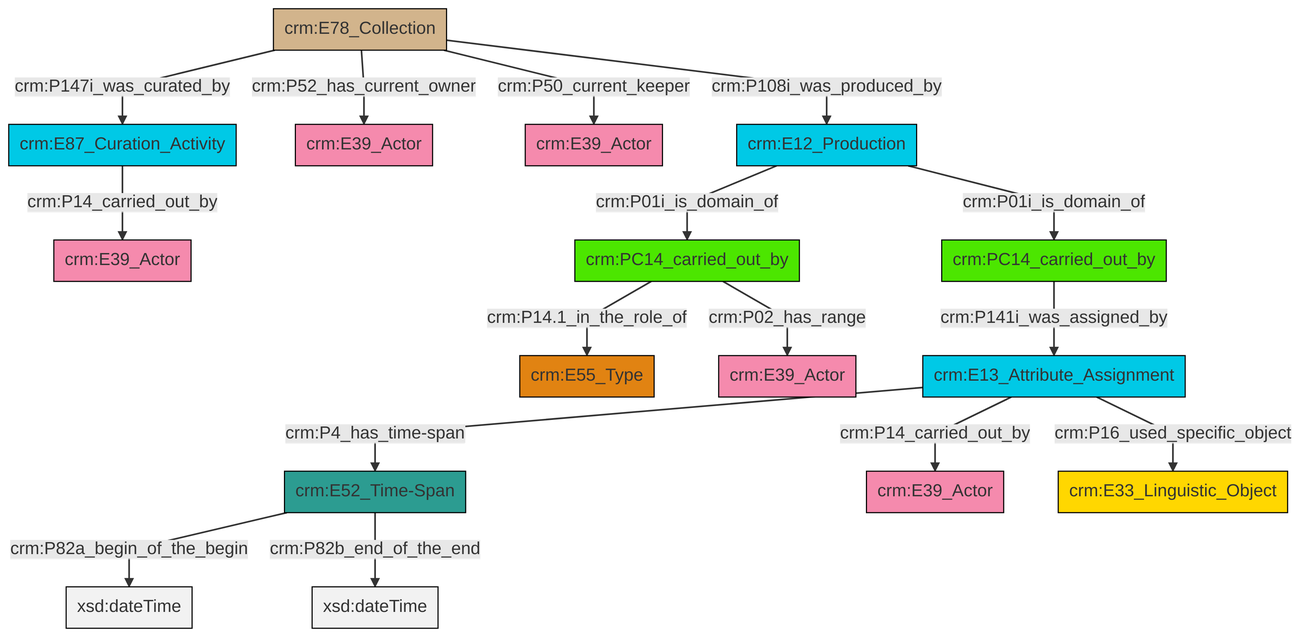
swiss-art-research-net/docs.swissartresearch keeps this Mermaid diagram as et/archivalCSV/ttl/mmd/png/archival_relation.png. Above is the earlier version. Its source is kept beside it as et/archivalCSV/ttl/mmd/archival_relation.ttl.mmd.
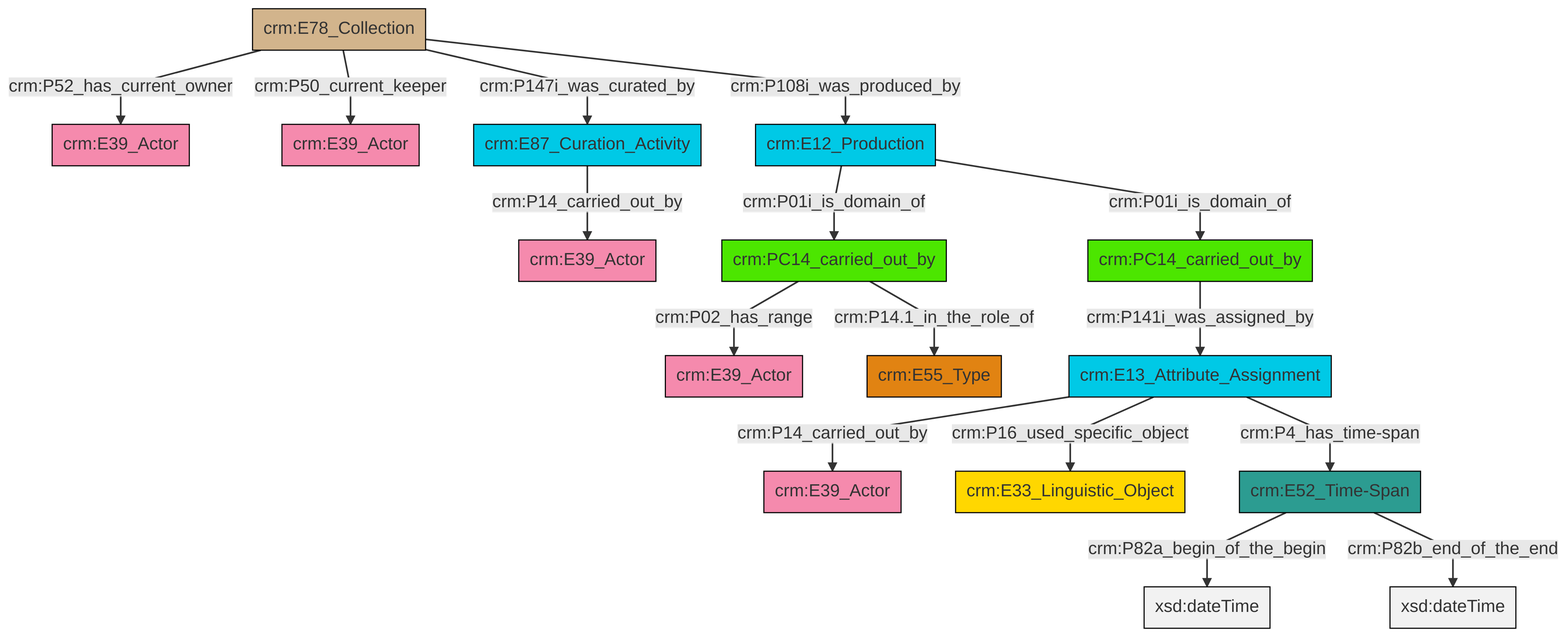
After the change.

What changed in the source:
```diff
@@ -13,18 +13,18 @@
 classDef PC_Classes fill:#4ce600, stroke:#000000;
 classDef Multi fill:#cccccc,stroke:#000000;
 
-0["crm:E78_Collection"]:::Physical_Thing -->|crm:P147i_was_curated_by| 1["crm:E87_Curation_Activity"]:::Temporal_Entity
-0["crm:E78_Collection"]:::Physical_Thing -->|crm:P52_has_current_owner| 2["crm:E39_Actor"]:::Actor
-3["crm:E52_Time-Span"]:::Time-Span -->|crm:P82a_begin_of_the_begin| 4[xsd:dateTime]:::Literal
-5["crm:PC14_carried_out_by"]:::PC_Classes -->|crm:P14.1_in_the_role_of| 6["crm:E55_Type"]:::Type
-7["crm:PC14_carried_out_by"]:::PC_Classes -->|crm:P141i_was_assigned_by| 8["crm:E13_Attribute_Assignment"]:::Temporal_Entity
-8["crm:E13_Attribute_Assignment"]:::Temporal_Entity -->|crm:P4_has_time-span| 3["crm:E52_Time-Span"]:::Time-Span
-12["crm:E12_Production"]:::Temporal_Entity -->|crm:P01i_is_domain_of| 5["crm:PC14_carried_out_by"]:::PC_Classes
-12["crm:E12_Production"]:::Temporal_Entity -->|crm:P01i_is_domain_of| 7["crm:PC14_carried_out_by"]:::PC_Classes
-3["crm:E52_Time-Span"]:::Time-Span -->|crm:P82b_end_of_the_end| 20[xsd:dateTime]:::Literal
-8["crm:E13_Attribute_Assignment"]:::Temporal_Entity -->|crm:P14_carried_out_by| 22["crm:E39_Actor"]:::Actor
-8["crm:E13_Attribute_Assignment"]:::Temporal_Entity -->|crm:P16_used_specific_object| 17["crm:E33_Linguistic_Object"]:::Conceptual_Object
-0["crm:E78_Collection"]:::Physical_Thing -->|crm:P50_current_keeper| 10["crm:E39_Actor"]:::Actor
-5["crm:PC14_carried_out_by"]:::PC_Classes -->|crm:P02_has_range| 23["crm:E39_Actor"]:::Actor
-0["crm:E78_Collection"]:::Physical_Thing -->|crm:P108i_was_produced_by| 12["crm:E12_Production"]:::Temporal_Entity
-1["crm:E87_Curation_Activity"]:::Temporal_Entity -->|crm:P14_carried_out_by| 15["crm:E39_Actor"]:::Actor
+0["crm:E52_Time-Span"]:::Time-Span -->|crm:P82a_begin_of_the_begin| 1[xsd:dateTime]:::Literal
+2["crm:E13_Attribute_Assignment"]:::Temporal_Entity -->|crm:P14_carried_out_by| 3["crm:E39_Actor"]:::Actor
+4["crm:E78_Collection"]:::Physical_Thing -->|crm:P52_has_current_owner| 6["crm:E39_Actor"]:::Actor
+9["crm:PC14_carried_out_by"]:::PC_Classes -->|crm:P02_has_range| 12["crm:E39_Actor"]:::Actor
+9["crm:PC14_carried_out_by"]:::PC_Classes -->|crm:P14.1_in_the_role_of| 13["crm:E55_Type"]:::Type
+17["crm:E12_Production"]:::Temporal_Entity -->|crm:P01i_is_domain_of| 9["crm:PC14_carried_out_by"]:::PC_Classes
+19["crm:E87_Curation_Activity"]:::Temporal_Entity -->|crm:P14_carried_out_by| 20["crm:E39_Actor"]:::Actor
+0["crm:E52_Time-Span"]:::Time-Span -->|crm:P82b_end_of_the_end| 23[xsd:dateTime]:::Literal
+4["crm:E78_Collection"]:::Physical_Thing -->|crm:P50_current_keeper| 7["crm:E39_Actor"]:::Actor
+4["crm:E78_Collection"]:::Physical_Thing -->|crm:P147i_was_curated_by| 19["crm:E87_Curation_Activity"]:::Temporal_Entity
+2["crm:E13_Attribute_Assignment"]:::Temporal_Entity -->|crm:P16_used_specific_object| 14["crm:E33_Linguistic_Object"]:::Conceptual_Object
+25["crm:PC14_carried_out_by"]:::PC_Classes -->|crm:P141i_was_assigned_by| 2["crm:E13_Attribute_Assignment"]:::Temporal_Entity
+4["crm:E78_Collection"]:::Physical_Thing -->|crm:P108i_was_produced_by| 17["crm:E12_Production"]:::Temporal_Entity
+2["crm:E13_Attribute_Assignment"]:::Temporal_Entity -->|crm:P4_has_time-span| 0["crm:E52_Time-Span"]:::Time-Span
+17["crm:E12_Production"]:::Temporal_Entity -->|crm:P01i_is_domain_of| 25["crm:PC14_carried_out_by"]:::PC_Classes
```
